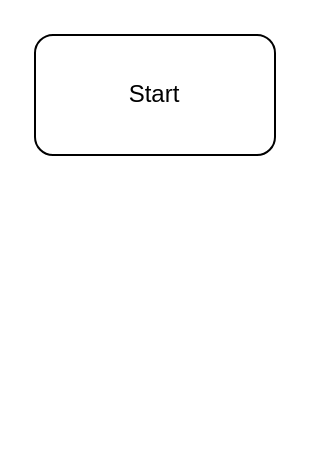
Before: Untitled Diagram.drawio in rinsukiyo/CPT111-Assignment, a draw.io diagram. Source tidied: cells renumbered, new cells numbered last; positions are measured from the earlier drawing's top-left corner, leaving out a move shared by most shapes. Both pictures are drawn from the tidied source at 200%, with x=0, y=0 at pixel (34, 34).
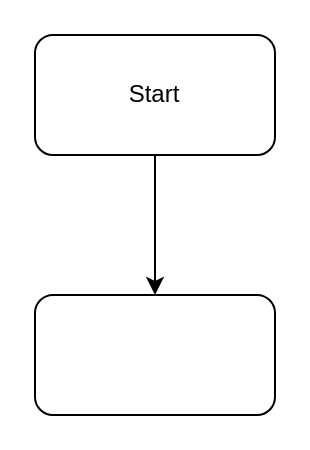
Above is the later version.

The edit, as a diff of the source:
```diff
@@
 <mxGraphModel>
   <root>
     <mxCell id="0" />
     <mxCell id="1" parent="0" />
+    <mxCell id="3" style="edgeStyle=orthogonalEdgeStyle;rounded=0;jettySize=auto;html=1;exitX=0.5;exitY=1;exitDx=0;exitDy=0;" parent="1" edge="1" source="2">
+      <mxGeometry relative="1" as="geometry">
+        <mxPoint x="60" y="130" as="targetPoint" />
+      </mxGeometry>
+    </mxCell>
     <mxCell id="2" value="Start" style="rounded=1;whiteSpace=wrap;html=1;" parent="1" vertex="1">
       <mxGeometry width="120" height="60" as="geometry" />
     </mxCell>
+    <mxCell id="4" style="rounded=1;whiteSpace=wrap;html=1;" parent="1" vertex="1">
+      <mxGeometry y="130" width="120" height="60" as="geometry" />
+    </mxCell>
   </root>
 </mxGraphModel>
```
